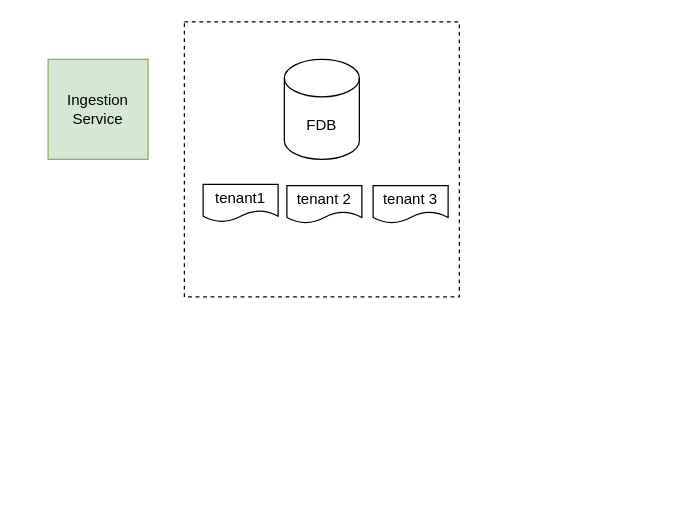
Earlier version of the draw.io diagram assets/multi-tenancy.drawio (ganisback/draw.io). Source tidied: cells renumbered, new cells numbered last; positions are measured from the earlier drawing's top-left corner, leaving out a move shared by most shapes. Both pictures are drawn from the tidied source at 125%, with x=0, y=0 at pixel (48, 21).
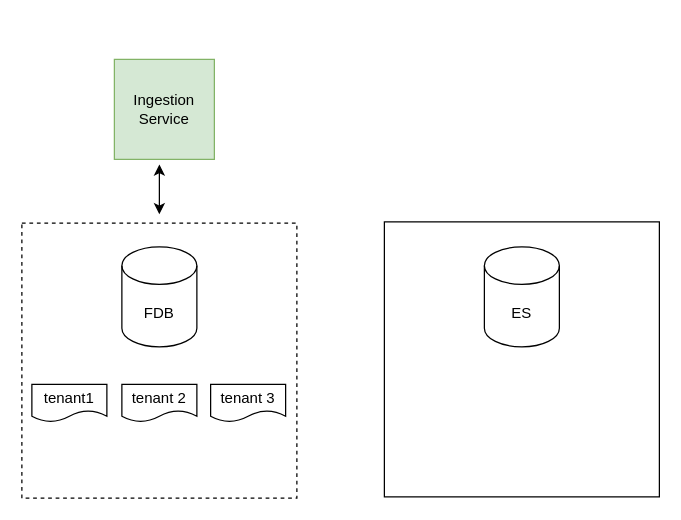
Above is the later version.

What changed in the source:
```diff
@@
 <mxGraphModel>
   <root>
     <mxCell id="0" />
     <mxCell id="1" parent="0" />
     <mxCell id="2" style="whiteSpace=wrap;html=1;dashed=1;" parent="1" vertex="1">
-      <mxGeometry x="109" width="220" height="220" as="geometry" />
+      <mxGeometry x="-21" y="161" width="220" height="220" as="geometry" />
     </mxCell>
     <mxCell id="3" value="Ingestion Service" style="whiteSpace=wrap;html=1;fillColor=#d5e8d4;strokeColor=#82b366;" parent="1" vertex="1">
-      <mxGeometry y="30" width="80" height="80" as="geometry" />
+      <mxGeometry x="53" y="30" width="80" height="80" as="geometry" />
     </mxCell>
     <mxCell id="4" value="FDB" style="shape=cylinder3;whiteSpace=wrap;html=1;boundedLbl=1;backgroundOutline=1;size=15;" parent="1" vertex="1">
-      <mxGeometry x="189" y="30" width="60" height="80" as="geometry" />
+      <mxGeometry x="59" y="180" width="60" height="80" as="geometry" />
     </mxCell>
     <mxCell id="5" value="tenant1" style="shape=document;whiteSpace=wrap;html=1;boundedLbl=1;" parent="1" vertex="1">
-      <mxGeometry x="124" y="130" width="60" height="30" as="geometry" />
+      <mxGeometry x="-13" y="290" width="60" height="30" as="geometry" />
     </mxCell>
     <mxCell id="6" value="tenant 2" style="shape=document;whiteSpace=wrap;html=1;boundedLbl=1;" parent="1" vertex="1">
-      <mxGeometry x="191" y="131" width="60" height="30" as="geometry" />
+      <mxGeometry x="59" y="290" width="60" height="30" as="geometry" />
     </mxCell>
     <mxCell id="7" value="tenant 3" style="shape=document;whiteSpace=wrap;html=1;boundedLbl=1;" parent="1" vertex="1">
-      <mxGeometry x="260" y="131" width="60" height="30" as="geometry" />
+      <mxGeometry x="130" y="290" width="60" height="30" as="geometry" />
     </mxCell>
+    <mxCell id="8" style="endArrow=classic;startArrow=classic;html=1;rounded=0;" parent="1" edge="1">
+      <mxGeometry relative="1" as="geometry">
+        <mxPoint x="89" y="154" as="sourcePoint" />
+        <mxPoint x="89" y="114" as="targetPoint" />
+      </mxGeometry>
+    </mxCell>
+    <mxCell id="9" style="whiteSpace=wrap;html=1;" parent="1" vertex="1">
+      <mxGeometry x="269" y="160" width="220" height="220" as="geometry" />
+    </mxCell>
+    <mxCell id="10" value="ES" style="shape=cylinder3;whiteSpace=wrap;html=1;boundedLbl=1;backgroundOutline=1;size=15;" parent="1" vertex="1">
+      <mxGeometry x="349" y="180" width="60" height="80" as="geometry" />
+    </mxCell>
   </root>
 </mxGraphModel>
```
